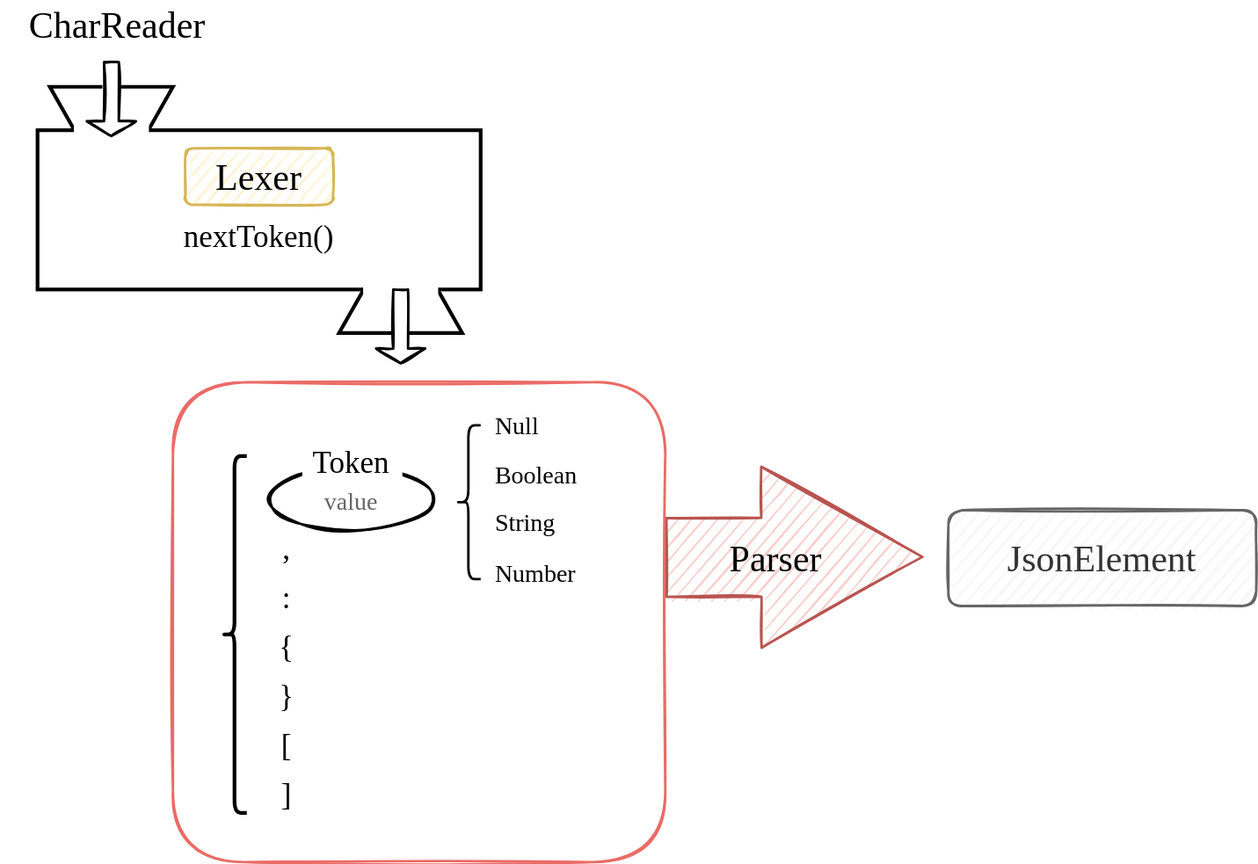
This is docs/drawio/deserialize-process/deserialize-process.svg from pokeum/fragile, a draw.io export, as it was before one commit. Source tidied: cells renumbered, new cells last; positions are measured from the earlier drawing's top-left corner, leaving out a move shared by most shapes. Its diagram source:
```xml
<mxGraphModel>
  <root>
    <mxCell id="0" />
    <mxCell id="1" parent="0" />
    <mxCell id="2" style="shape=flexArrow;endArrow=classic;html=1;rounded=0;fontFamily=Comic Sans MS;fontSize=20;fontColor=#000000;endWidth=81;endSize=42.98;width=63;sketch=1;strokeColor=#b85450;strokeWidth=2;fillColor=#f8cecc;" parent="1" edge="1">
      <mxGeometry relative="1" as="geometry">
        <mxPoint x="540" y="452.4" as="sourcePoint" />
        <mxPoint x="750" y="452" as="targetPoint" />
      </mxGeometry>
    </mxCell>
    <mxCell id="3" style="group;strokeWidth=1;" parent="1" vertex="1">
      <mxGeometry x="30" y="70" width="360" height="224.7" as="geometry" />
    </mxCell>
    <mxCell id="4" value="&lt;font face=&quot;Comic Sans MS&quot; style=&quot;&quot;&gt;&lt;br&gt;&lt;font style=&quot;font-size: 25px;&quot;&gt;&lt;br&gt;nextToken()&lt;/font&gt;&lt;/font&gt;" style="rounded=0;whiteSpace=wrap;html=1;strokeWidth=3;" parent="3" vertex="1">
      <mxGeometry y="35.3" width="360" height="129.4" as="geometry" />
    </mxCell>
    <mxCell id="5" style="shape=trapezoid;perimeter=trapezoidPerimeter;whiteSpace=wrap;html=1;fixedSize=1;direction=west;strokeWidth=3;" parent="3" vertex="1">
      <mxGeometry x="10" width="100" height="35.3" as="geometry" />
    </mxCell>
    <mxCell id="6" style="rounded=0;whiteSpace=wrap;html=1;strokeColor=#FFFFFF;" parent="3" vertex="1">
      <mxGeometry x="30" y="11.8" width="60" height="70.6" as="geometry" />
    </mxCell>
    <mxCell id="7" style="shape=trapezoid;perimeter=trapezoidPerimeter;whiteSpace=wrap;html=1;fixedSize=1;direction=east;strokeWidth=3;" parent="3" vertex="1">
      <mxGeometry x="245" y="164.7" width="100" height="35.3" as="geometry" />
    </mxCell>
    <mxCell id="8" style="rounded=0;whiteSpace=wrap;html=1;strokeColor=#FFFFFF;" parent="3" vertex="1">
      <mxGeometry x="265" y="105.9" width="60" height="70.6" as="geometry" />
    </mxCell>
    <mxCell id="9" value="Lexer" style="rounded=1;whiteSpace=wrap;html=1;strokeColor=#d6b656;strokeWidth=2;fontFamily=Comic Sans MS;fontSize=30;sketch=1;fillColor=#fff2cc;" parent="3" vertex="1">
      <mxGeometry x="120" y="50" width="120" height="45.9" as="geometry" />
    </mxCell>
    <mxCell id="10" style="shape=singleArrow;direction=south;whiteSpace=wrap;html=1;sketch=1;strokeColor=default;strokeWidth=2;fontFamily=Comic Sans MS;fontSize=20;fontColor=#666666;fillColor=default;" parent="3" vertex="1">
      <mxGeometry x="40" y="-20" width="40" height="60" as="geometry" />
    </mxCell>
    <mxCell id="11" style="shape=singleArrow;direction=south;whiteSpace=wrap;html=1;sketch=1;strokeColor=default;strokeWidth=2;fontFamily=Comic Sans MS;fontSize=20;fontColor=#666666;fillColor=default;" parent="3" vertex="1">
      <mxGeometry x="275" y="164.7" width="40" height="60" as="geometry" />
    </mxCell>
    <mxCell id="12" value="CharReader" style="text;html=1;strokeColor=none;fillColor=none;align=center;verticalAlign=middle;whiteSpace=wrap;rounded=0;fontFamily=Comic Sans MS;fontSize=30;" parent="1" vertex="1">
      <mxGeometry width="190" height="40" as="geometry" />
    </mxCell>
    <mxCell id="13" style="group;" parent="1" vertex="1">
      <mxGeometry x="180" y="330" width="340" height="330" as="geometry" />
    </mxCell>
    <mxCell id="14" style="group;" parent="13" vertex="1">
      <mxGeometry x="40" y="30" width="130" height="70" as="geometry" />
    </mxCell>
    <mxCell id="15" value="&lt;font color=&quot;#666666&quot; style=&quot;font-size: 20px;&quot;&gt;value&lt;/font&gt;" style="ellipse;whiteSpace=wrap;html=1;sketch=1;strokeColor=default;strokeWidth=2;fontFamily=Comic Sans MS;fontSize=25;" parent="14" vertex="1">
      <mxGeometry y="20" width="130" height="50" as="geometry" />
    </mxCell>
    <mxCell id="16" value="Token" style="text;html=1;align=center;verticalAlign=middle;whiteSpace=wrap;rounded=0;sketch=1;strokeWidth=2;fontFamily=Comic Sans MS;fontSize=25;fillColor=default;" parent="14" vertex="1">
      <mxGeometry x="25" width="80" height="30" as="geometry" />
    </mxCell>
    <mxCell id="17" style="group;" parent="13" vertex="1">
      <mxGeometry y="40" width="65" height="290" as="geometry" />
    </mxCell>
    <mxCell id="18" style="shape=curlyBracket;whiteSpace=wrap;html=1;rounded=1;labelPosition=left;verticalLabelPosition=middle;align=right;verticalAlign=middle;strokeColor=default;strokeWidth=3;fontFamily=Comic Sans MS;fontSize=30;" parent="17" vertex="1">
      <mxGeometry width="20" height="290" as="geometry" />
    </mxCell>
    <mxCell id="19" value="&lt;font color=&quot;#000000&quot;&gt;&lt;span style=&quot;font-size: 25px;&quot;&gt;,&lt;/span&gt;&lt;/font&gt;" style="text;html=1;strokeColor=none;fillColor=none;align=center;verticalAlign=middle;whiteSpace=wrap;rounded=0;sketch=1;strokeWidth=2;fontFamily=Comic Sans MS;fontSize=20;fontColor=#666666;" parent="17" vertex="1">
      <mxGeometry x="40" y="60" width="25" height="30" as="geometry" />
    </mxCell>
    <mxCell id="20" value="&lt;font color=&quot;#000000&quot;&gt;&lt;span style=&quot;font-size: 25px;&quot;&gt;:&lt;/span&gt;&lt;/font&gt;" style="text;html=1;strokeColor=none;fillColor=none;align=center;verticalAlign=middle;whiteSpace=wrap;rounded=0;sketch=1;strokeWidth=2;fontFamily=Comic Sans MS;fontSize=20;fontColor=#666666;" parent="17" vertex="1">
      <mxGeometry x="40" y="100" width="25" height="30" as="geometry" />
    </mxCell>
    <mxCell id="21" value="&lt;font color=&quot;#000000&quot;&gt;&lt;span style=&quot;font-size: 25px;&quot;&gt;{&lt;/span&gt;&lt;/font&gt;" style="text;html=1;strokeColor=none;fillColor=none;align=center;verticalAlign=middle;whiteSpace=wrap;rounded=0;sketch=1;strokeWidth=2;fontFamily=Comic Sans MS;fontSize=20;fontColor=#666666;" parent="17" vertex="1">
      <mxGeometry x="40" y="140" width="25" height="30" as="geometry" />
    </mxCell>
    <mxCell id="22" value="&lt;font color=&quot;#000000&quot;&gt;&lt;span style=&quot;font-size: 25px;&quot;&gt;}&lt;/span&gt;&lt;/font&gt;" style="text;html=1;strokeColor=none;fillColor=none;align=center;verticalAlign=middle;whiteSpace=wrap;rounded=0;sketch=1;strokeWidth=2;fontFamily=Comic Sans MS;fontSize=20;fontColor=#666666;" parent="17" vertex="1">
      <mxGeometry x="40" y="180" width="25" height="30" as="geometry" />
    </mxCell>
    <mxCell id="23" value="&lt;font color=&quot;#000000&quot;&gt;&lt;span style=&quot;font-size: 25px;&quot;&gt;[&lt;/span&gt;&lt;/font&gt;" style="text;html=1;strokeColor=none;fillColor=none;align=center;verticalAlign=middle;whiteSpace=wrap;rounded=0;sketch=1;strokeWidth=2;fontFamily=Comic Sans MS;fontSize=20;fontColor=#666666;" parent="17" vertex="1">
      <mxGeometry x="40" y="220" width="25" height="30" as="geometry" />
    </mxCell>
    <mxCell id="24" value="&lt;font color=&quot;#000000&quot;&gt;&lt;span style=&quot;font-size: 25px;&quot;&gt;]&lt;/span&gt;&lt;/font&gt;" style="text;html=1;strokeColor=none;fillColor=none;align=center;verticalAlign=middle;whiteSpace=wrap;rounded=0;sketch=1;strokeWidth=2;fontFamily=Comic Sans MS;fontSize=20;fontColor=#666666;" parent="17" vertex="1">
      <mxGeometry x="40" y="260" width="25" height="30" as="geometry" />
    </mxCell>
    <mxCell id="25" style="group;" parent="13" vertex="1">
      <mxGeometry x="190" width="150" height="150" as="geometry" />
    </mxCell>
    <mxCell id="26" style="shape=curlyBracket;whiteSpace=wrap;html=1;rounded=1;labelPosition=left;verticalLabelPosition=middle;align=right;verticalAlign=middle;sketch=0;strokeColor=default;strokeWidth=2;fontFamily=Comic Sans MS;fontSize=25;fontColor=#000000;fillColor=default;" parent="25" vertex="1">
      <mxGeometry y="15" width="20" height="125" as="geometry" />
    </mxCell>
    <mxCell id="27" value="&lt;font style=&quot;font-size: 20px;&quot; color=&quot;#000000&quot;&gt;Null&lt;/font&gt;" style="text;html=1;strokeColor=none;fillColor=none;align=left;verticalAlign=middle;whiteSpace=wrap;rounded=0;sketch=1;strokeWidth=2;fontFamily=Comic Sans MS;fontSize=20;fontColor=#666666;" parent="25" vertex="1">
      <mxGeometry x="30" width="120" height="30" as="geometry" />
    </mxCell>
    <mxCell id="28" value="&lt;font style=&quot;font-size: 20px;&quot; color=&quot;#000000&quot;&gt;Boolean&lt;/font&gt;" style="text;html=1;strokeColor=none;fillColor=none;align=left;verticalAlign=middle;whiteSpace=wrap;rounded=0;sketch=1;strokeWidth=2;fontFamily=Comic Sans MS;fontSize=20;fontColor=#666666;" parent="25" vertex="1">
      <mxGeometry x="30" y="40" width="120" height="30" as="geometry" />
    </mxCell>
    <mxCell id="29" value="&lt;font style=&quot;font-size: 20px;&quot; color=&quot;#000000&quot;&gt;String&lt;/font&gt;" style="text;html=1;strokeColor=none;fillColor=none;align=left;verticalAlign=middle;whiteSpace=wrap;rounded=0;sketch=1;strokeWidth=2;fontFamily=Comic Sans MS;fontSize=20;fontColor=#666666;" parent="25" vertex="1">
      <mxGeometry x="30" y="77.5" width="120" height="30" as="geometry" />
    </mxCell>
    <mxCell id="30" value="&lt;font style=&quot;font-size: 20px;&quot; color=&quot;#000000&quot;&gt;Number&lt;/font&gt;" style="text;html=1;strokeColor=none;fillColor=none;align=left;verticalAlign=middle;whiteSpace=wrap;rounded=0;sketch=1;strokeWidth=2;fontFamily=Comic Sans MS;fontSize=20;fontColor=#666666;" parent="25" vertex="1">
      <mxGeometry x="30" y="120" width="120" height="30" as="geometry" />
    </mxCell>
    <mxCell id="31" style="rounded=1;whiteSpace=wrap;html=1;sketch=1;strokeWidth=2;fontFamily=Comic Sans MS;fontSize=20;fillColor=none;strokeColor=#EA6B66;" parent="1" vertex="1">
      <mxGeometry x="140" y="310" width="400" height="390" as="geometry" />
    </mxCell>
    <mxCell id="32" value="Parser" style="rounded=1;whiteSpace=wrap;html=1;strokeColor=none;strokeWidth=2;fontFamily=Comic Sans MS;fontSize=30;sketch=1;fillColor=none;" parent="1" vertex="1">
      <mxGeometry x="570" y="430" width="120" height="45.9" as="geometry" />
    </mxCell>
    <mxCell id="33" value="JsonElement" style="rounded=1;whiteSpace=wrap;html=1;strokeColor=#666666;strokeWidth=2;fontFamily=Comic Sans MS;fontSize=30;sketch=1;fillColor=#f5f5f5;fontColor=#333333;" parent="1" vertex="1">
      <mxGeometry x="770" y="414" width="250" height="77.9" as="geometry" />
    </mxCell>
  </root>
</mxGraphModel>
```
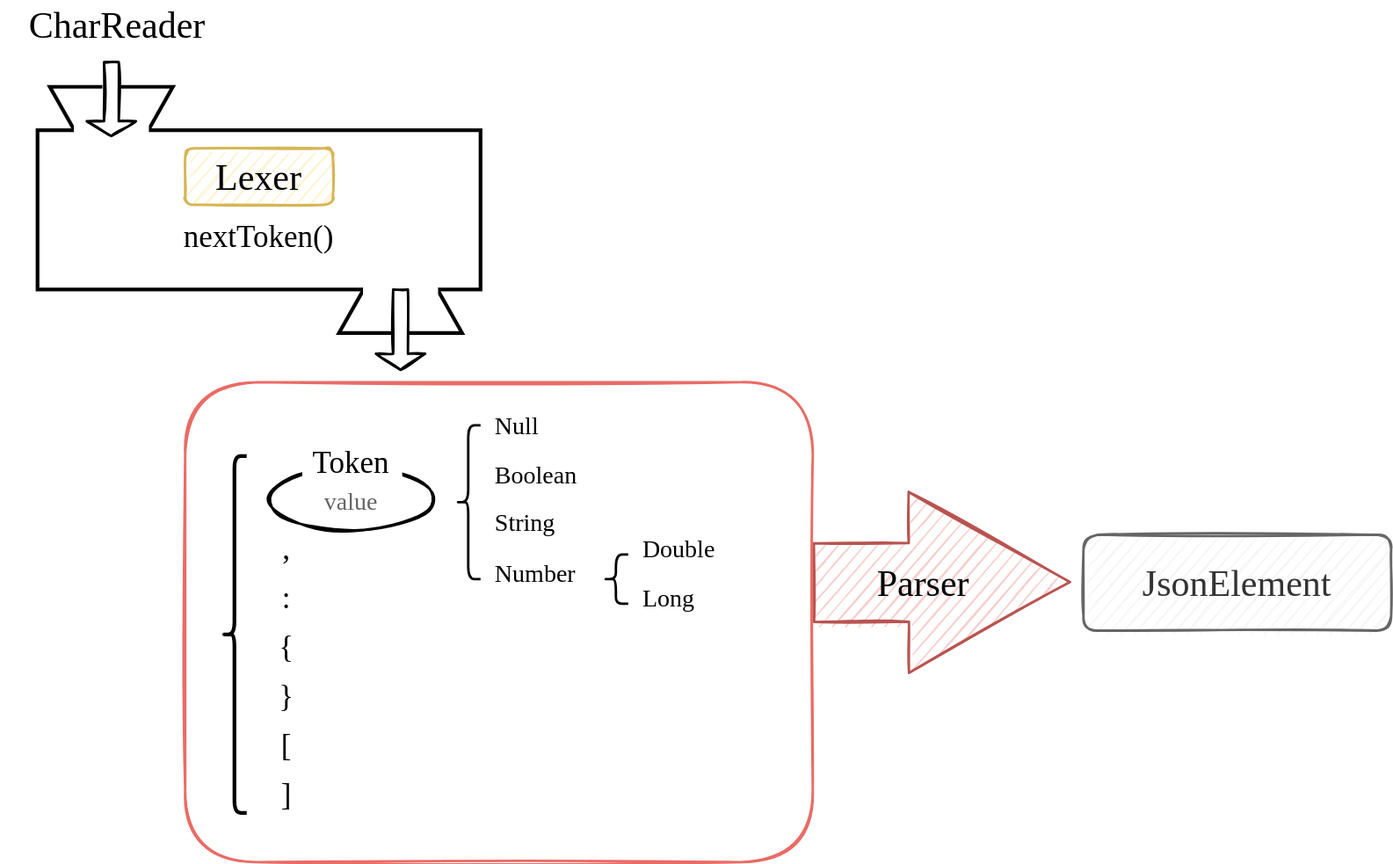
Above is the later version.

Commit message:
Feat: Fragile Deserialization 문서화

Diff of the diagram source:
```diff
@@ -4,12 +4,12 @@
     <mxCell id="1" parent="0" />
     <mxCell id="2" style="shape=flexArrow;endArrow=classic;html=1;rounded=0;fontFamily=Comic Sans MS;fontSize=20;fontColor=#000000;endWidth=81;endSize=42.98;width=63;sketch=1;strokeColor=#b85450;strokeWidth=2;fillColor=#f8cecc;" parent="1" edge="1">
       <mxGeometry relative="1" as="geometry">
-        <mxPoint x="540" y="452.4" as="sourcePoint" />
-        <mxPoint x="750" y="452" as="targetPoint" />
+        <mxPoint x="660" y="472.9" as="sourcePoint" />
+        <mxPoint x="870" y="472.4" as="targetPoint" />
       </mxGeometry>
     </mxCell>
     <mxCell id="3" style="group;strokeWidth=1;" parent="1" vertex="1">
-      <mxGeometry x="30" y="70" width="360" height="224.7" as="geometry" />
+      <mxGeometry x="30" y="70" width="360" height="230" as="geometry" />
     </mxCell>
     <mxCell id="4" value="&lt;font face=&quot;Comic Sans MS&quot; style=&quot;&quot;&gt;&lt;br&gt;&lt;font style=&quot;font-size: 25px;&quot;&gt;&lt;br&gt;nextToken()&lt;/font&gt;&lt;/font&gt;" style="rounded=0;whiteSpace=wrap;html=1;strokeWidth=3;" parent="3" vertex="1">
       <mxGeometry y="35.3" width="360" height="129.4" as="geometry" />
@@ -33,13 +33,13 @@
       <mxGeometry x="40" y="-20" width="40" height="60" as="geometry" />
     </mxCell>
     <mxCell id="11" style="shape=singleArrow;direction=south;whiteSpace=wrap;html=1;sketch=1;strokeColor=default;strokeWidth=2;fontFamily=Comic Sans MS;fontSize=20;fontColor=#666666;fillColor=default;" parent="3" vertex="1">
-      <mxGeometry x="275" y="164.7" width="40" height="60" as="geometry" />
+      <mxGeometry x="275" y="164.7" width="40" height="65.3" as="geometry" />
     </mxCell>
     <mxCell id="12" value="CharReader" style="text;html=1;strokeColor=none;fillColor=none;align=center;verticalAlign=middle;whiteSpace=wrap;rounded=0;fontFamily=Comic Sans MS;fontSize=30;" parent="1" vertex="1">
       <mxGeometry width="190" height="40" as="geometry" />
     </mxCell>
     <mxCell id="13" style="group;" parent="1" vertex="1">
-      <mxGeometry x="180" y="330" width="340" height="330" as="geometry" />
+      <mxGeometry x="180" y="330" width="440" height="330" as="geometry" />
     </mxCell>
     <mxCell id="14" style="group;" parent="13" vertex="1">
       <mxGeometry x="40" y="30" width="130" height="70" as="geometry" />
@@ -75,7 +75,7 @@
       <mxGeometry x="40" y="260" width="25" height="30" as="geometry" />
     </mxCell>
     <mxCell id="25" style="group;" parent="13" vertex="1">
-      <mxGeometry x="190" width="150" height="150" as="geometry" />
+      <mxGeometry x="190" width="250" height="170" as="geometry" />
     </mxCell>
     <mxCell id="26" style="shape=curlyBracket;whiteSpace=wrap;html=1;rounded=1;labelPosition=left;verticalLabelPosition=middle;align=right;verticalAlign=middle;sketch=0;strokeColor=default;strokeWidth=2;fontFamily=Comic Sans MS;fontSize=25;fontColor=#000000;fillColor=default;" parent="25" vertex="1">
       <mxGeometry y="15" width="20" height="125" as="geometry" />
@@ -92,14 +92,26 @@
     <mxCell id="30" value="&lt;font style=&quot;font-size: 20px;&quot; color=&quot;#000000&quot;&gt;Number&lt;/font&gt;" style="text;html=1;strokeColor=none;fillColor=none;align=left;verticalAlign=middle;whiteSpace=wrap;rounded=0;sketch=1;strokeWidth=2;fontFamily=Comic Sans MS;fontSize=20;fontColor=#666666;" parent="25" vertex="1">
       <mxGeometry x="30" y="120" width="120" height="30" as="geometry" />
     </mxCell>
+    <mxCell id="34" style="group;" parent="25" vertex="1">
+      <mxGeometry x="120" y="100" width="130" height="70" as="geometry" />
+    </mxCell>
+    <mxCell id="35" style="shape=curlyBracket;whiteSpace=wrap;html=1;rounded=1;labelPosition=left;verticalLabelPosition=middle;align=right;verticalAlign=middle;size=0.5;sketch=0;shadow=0;strokeWidth=2;" parent="34" vertex="1">
+      <mxGeometry y="20" width="20" height="40" as="geometry" />
+    </mxCell>
+    <mxCell id="36" value="&lt;font face=&quot;Comic Sans MS&quot; style=&quot;font-size: 20px;&quot;&gt;Double&lt;/font&gt;" style="text;html=1;strokeColor=none;fillColor=none;align=left;verticalAlign=middle;whiteSpace=wrap;rounded=0;" parent="34" vertex="1">
+      <mxGeometry x="30" width="100" height="30" as="geometry" />
+    </mxCell>
+    <mxCell id="37" value="&lt;font face=&quot;Comic Sans MS&quot; style=&quot;font-size: 20px;&quot;&gt;Long&lt;/font&gt;" style="text;html=1;strokeColor=none;fillColor=none;align=left;verticalAlign=middle;whiteSpace=wrap;rounded=0;" parent="34" vertex="1">
+      <mxGeometry x="30" y="40" width="100" height="30" as="geometry" />
+    </mxCell>
     <mxCell id="31" style="rounded=1;whiteSpace=wrap;html=1;sketch=1;strokeWidth=2;fontFamily=Comic Sans MS;fontSize=20;fillColor=none;strokeColor=#EA6B66;" parent="1" vertex="1">
-      <mxGeometry x="140" y="310" width="400" height="390" as="geometry" />
+      <mxGeometry x="150" y="310" width="510" height="390" as="geometry" />
     </mxCell>
     <mxCell id="32" value="Parser" style="rounded=1;whiteSpace=wrap;html=1;strokeColor=none;strokeWidth=2;fontFamily=Comic Sans MS;fontSize=30;sketch=1;fillColor=none;" parent="1" vertex="1">
-      <mxGeometry x="570" y="430" width="120" height="45.9" as="geometry" />
+      <mxGeometry x="690" y="450" width="120" height="45.9" as="geometry" />
     </mxCell>
     <mxCell id="33" value="JsonElement" style="rounded=1;whiteSpace=wrap;html=1;strokeColor=#666666;strokeWidth=2;fontFamily=Comic Sans MS;fontSize=30;sketch=1;fillColor=#f5f5f5;fontColor=#333333;" parent="1" vertex="1">
-      <mxGeometry x="770" y="414" width="250" height="77.9" as="geometry" />
+      <mxGeometry x="880" y="434" width="250" height="77.9" as="geometry" />
     </mxCell>
   </root>
 </mxGraphModel>
```
